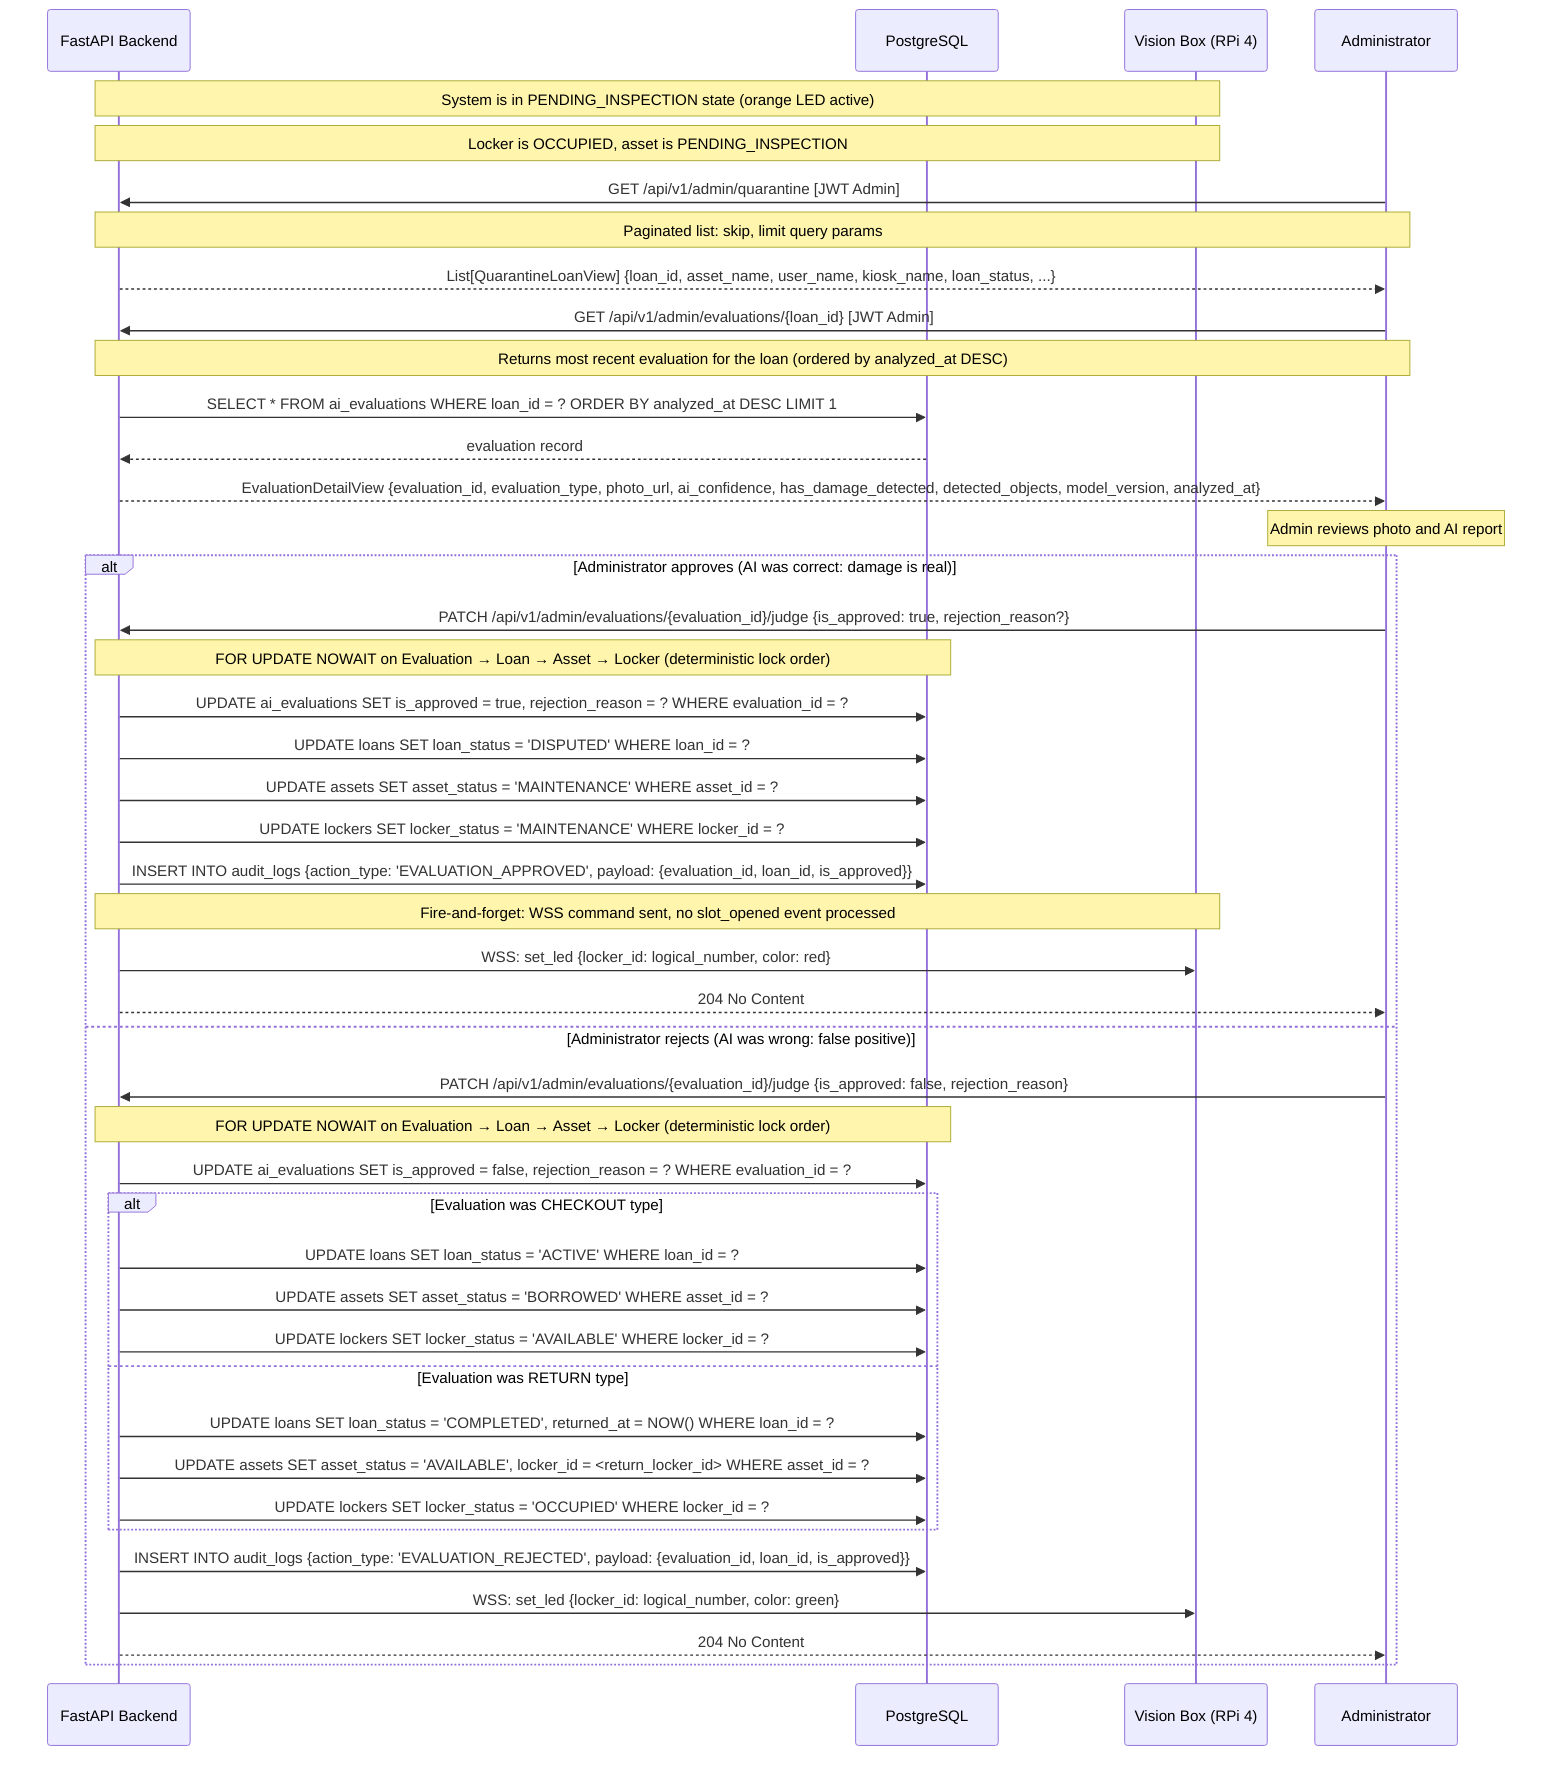
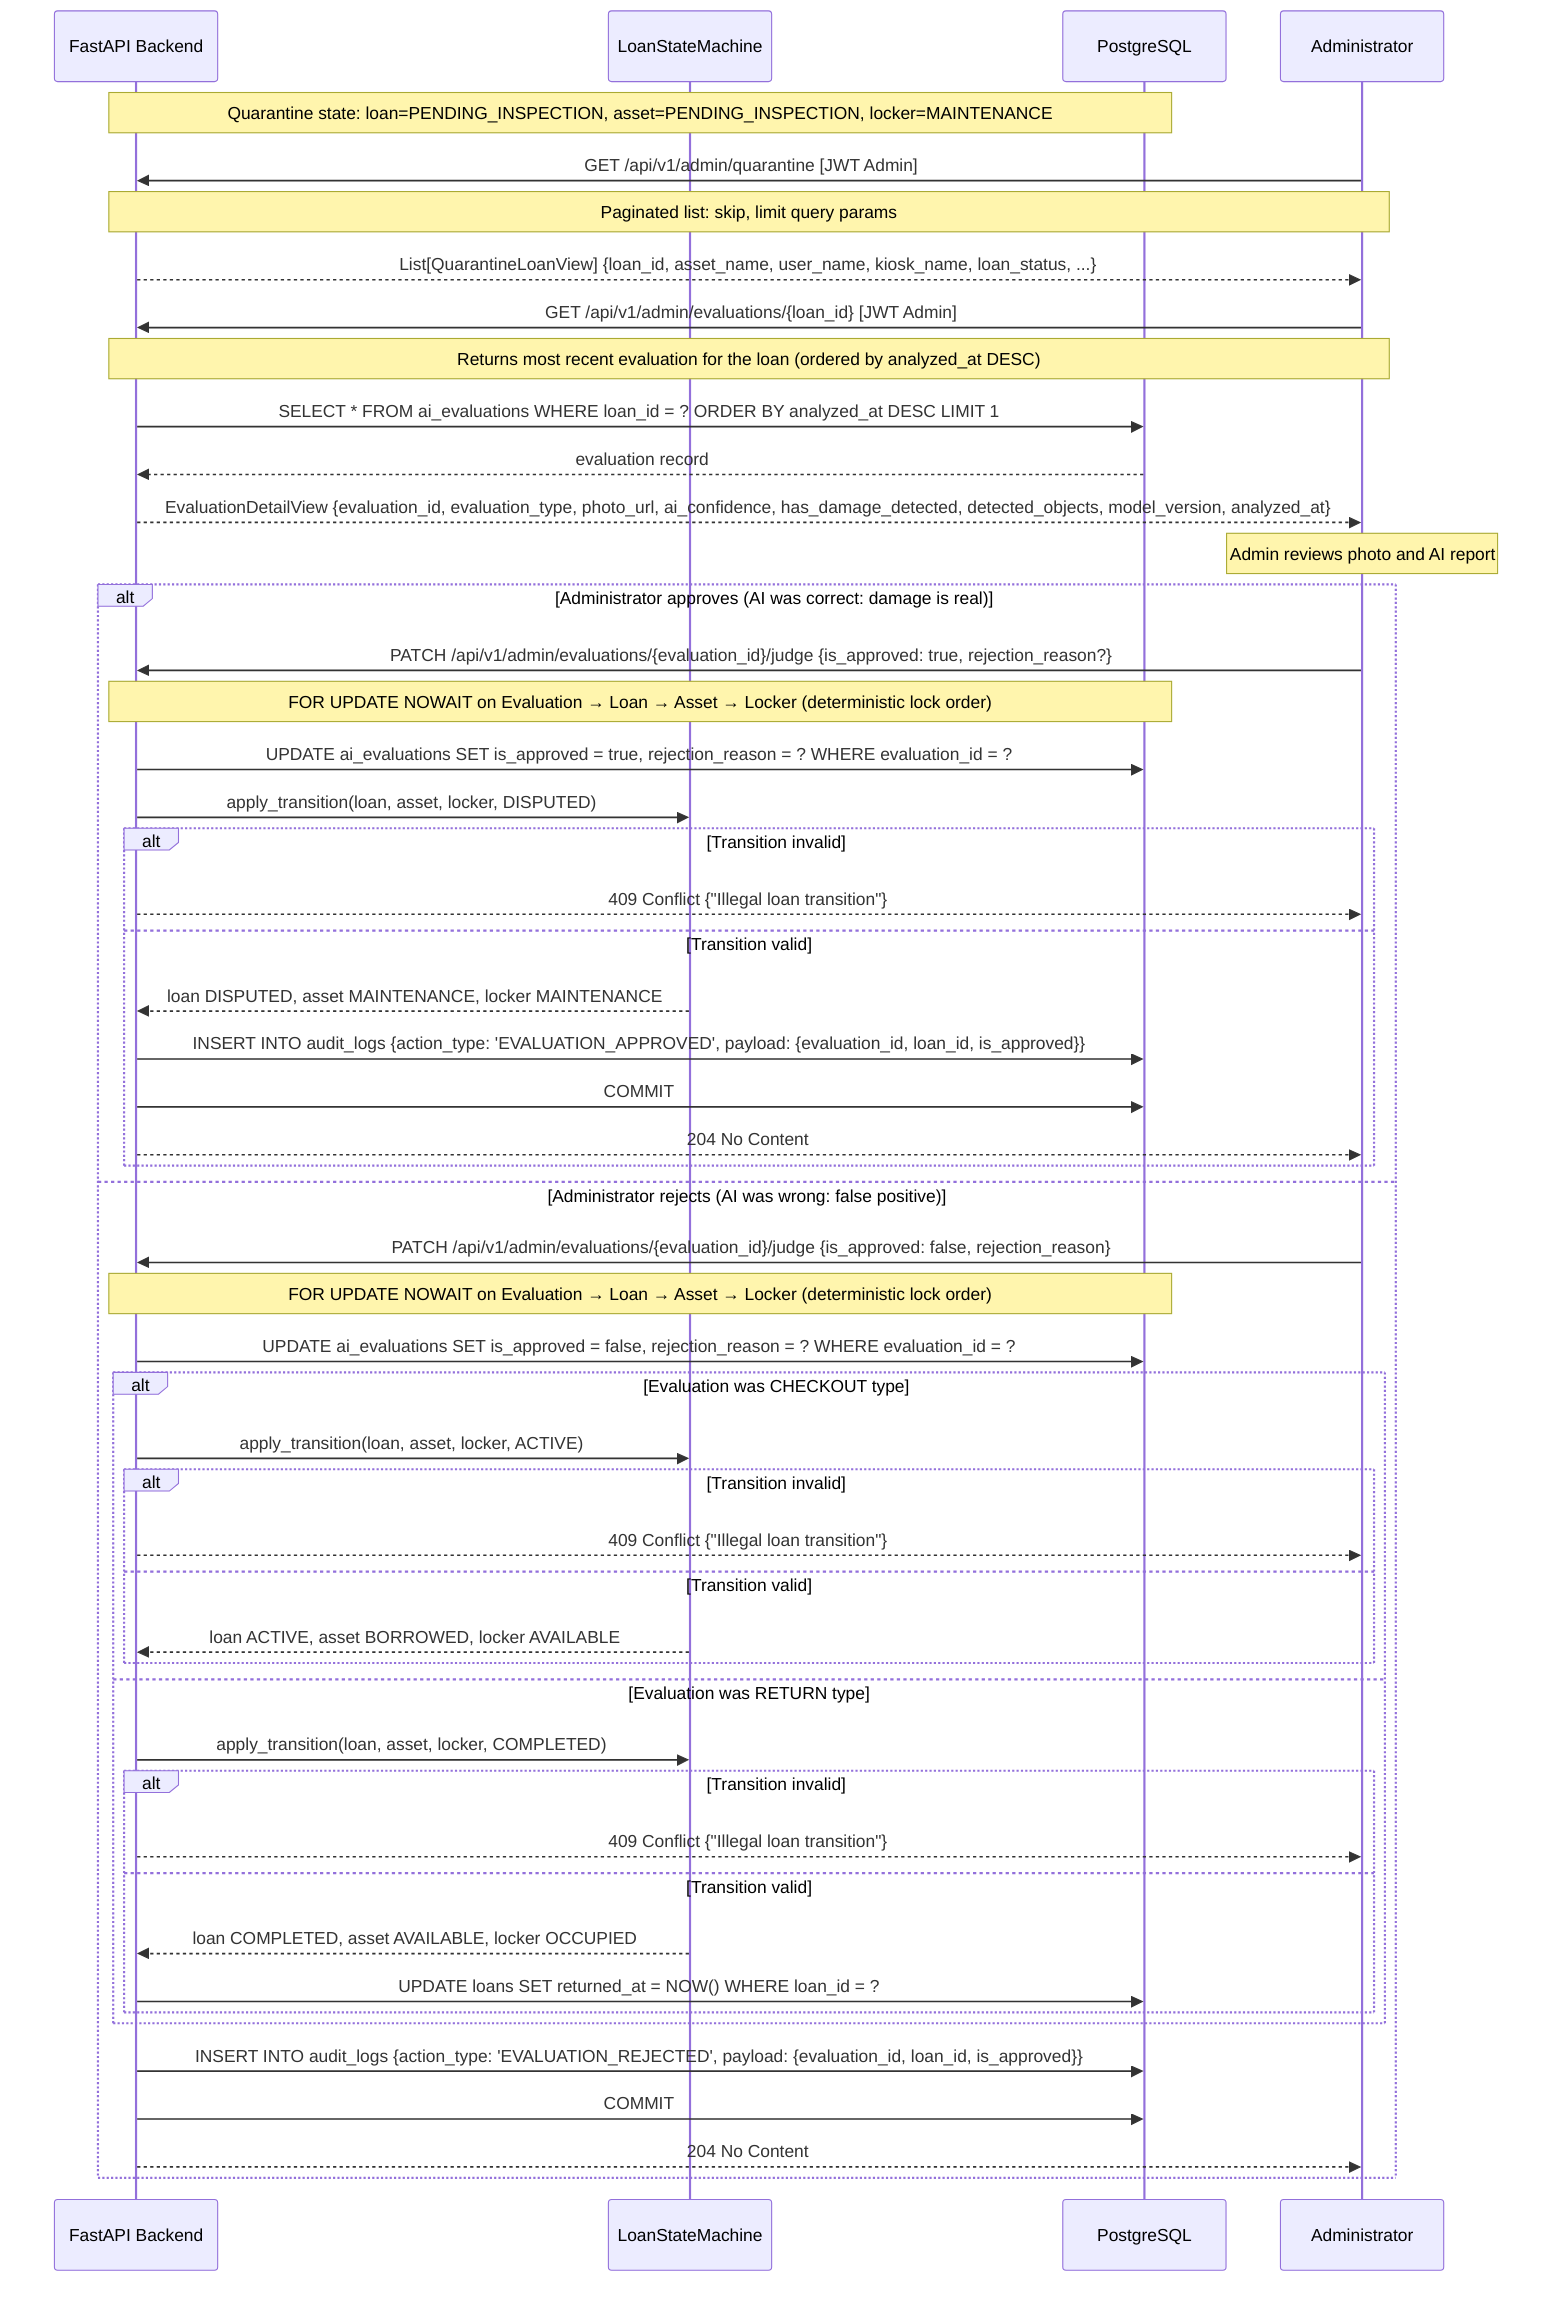
sequenceDiagram
    participant API as FastAPI Backend
+     participant LoanStateMachine
    participant DB as PostgreSQL
-     participant VB as Vision Box (RPi 4)
    participant Admin as Administrator

-     Note over API,VB: System is in PENDING_INSPECTION state (orange LED active)
-     Note over API,VB: Locker is OCCUPIED, asset is PENDING_INSPECTION
+     Note over API,DB: Quarantine state: loan=PENDING_INSPECTION, asset=PENDING_INSPECTION, locker=MAINTENANCE

    Admin->>API: GET /api/v1/admin/quarantine [JWT Admin]
    Note over Admin,API: Paginated list: skip, limit query params
    API-->>Admin: List[QuarantineLoanView] {loan_id, asset_name, user_name, kiosk_name, loan_status, ...}

    Admin->>API: GET /api/v1/admin/evaluations/{loan_id} [JWT Admin]
    Note over Admin,API: Returns most recent evaluation for the loan (ordered by analyzed_at DESC)
    API->>DB: SELECT * FROM ai_evaluations WHERE loan_id = ? ORDER BY analyzed_at DESC LIMIT 1
    DB-->>API: evaluation record
    API-->>Admin: EvaluationDetailView {evaluation_id, evaluation_type, photo_url, ai_confidence, has_damage_detected, detected_objects, model_version, analyzed_at}

    Note over Admin: Admin reviews photo and AI report

    alt Administrator approves (AI was correct: damage is real)
        Admin->>API: PATCH /api/v1/admin/evaluations/{evaluation_id}/judge {is_approved: true, rejection_reason?}
        Note over API,DB: FOR UPDATE NOWAIT on Evaluation → Loan → Asset → Locker (deterministic lock order)
        API->>DB: UPDATE ai_evaluations SET is_approved = true, rejection_reason = ? WHERE evaluation_id = ?
-         API->>DB: UPDATE loans SET loan_status = 'DISPUTED' WHERE loan_id = ?
-         API->>DB: UPDATE assets SET asset_status = 'MAINTENANCE' WHERE asset_id = ?
-         API->>DB: UPDATE lockers SET locker_status = 'MAINTENANCE' WHERE locker_id = ?
-         API->>DB: INSERT INTO audit_logs {action_type: 'EVALUATION_APPROVED', payload: {evaluation_id, loan_id, is_approved}}
-         Note over API,VB: Fire-and-forget: WSS command sent, no slot_opened event processed
-         API->>VB: WSS: set_led {locker_id: logical_number, color: red}
-         API-->>Admin: 204 No Content
+         API->>LoanStateMachine: apply_transition(loan, asset, locker, DISPUTED)
+         alt Transition invalid
+             API-->>Admin: 409 Conflict {"Illegal loan transition"}
+         else Transition valid
+             LoanStateMachine-->>API: loan DISPUTED, asset MAINTENANCE, locker MAINTENANCE
+             API->>DB: INSERT INTO audit_logs {action_type: 'EVALUATION_APPROVED', payload: {evaluation_id, loan_id, is_approved}}
+             API->>DB: COMMIT
+             API-->>Admin: 204 No Content
+         end
    else Administrator rejects (AI was wrong: false positive)
        Admin->>API: PATCH /api/v1/admin/evaluations/{evaluation_id}/judge {is_approved: false, rejection_reason}
        Note over API,DB: FOR UPDATE NOWAIT on Evaluation → Loan → Asset → Locker (deterministic lock order)
        API->>DB: UPDATE ai_evaluations SET is_approved = false, rejection_reason = ? WHERE evaluation_id = ?

        alt Evaluation was CHECKOUT type
-             API->>DB: UPDATE loans SET loan_status = 'ACTIVE' WHERE loan_id = ?
-             API->>DB: UPDATE assets SET asset_status = 'BORROWED' WHERE asset_id = ?
-             API->>DB: UPDATE lockers SET locker_status = 'AVAILABLE' WHERE locker_id = ?
+             API->>LoanStateMachine: apply_transition(loan, asset, locker, ACTIVE)
+             alt Transition invalid
+                 API-->>Admin: 409 Conflict {"Illegal loan transition"}
+             else Transition valid
+                 LoanStateMachine-->>API: loan ACTIVE, asset BORROWED, locker AVAILABLE
+             end
        else Evaluation was RETURN type
-             API->>DB: UPDATE loans SET loan_status = 'COMPLETED', returned_at = NOW() WHERE loan_id = ?
-             API->>DB: UPDATE assets SET asset_status = 'AVAILABLE', locker_id = <return_locker_id> WHERE asset_id = ?
-             API->>DB: UPDATE lockers SET locker_status = 'OCCUPIED' WHERE locker_id = ?
+             API->>LoanStateMachine: apply_transition(loan, asset, locker, COMPLETED)
+             alt Transition invalid
+                 API-->>Admin: 409 Conflict {"Illegal loan transition"}
+             else Transition valid
+                 LoanStateMachine-->>API: loan COMPLETED, asset AVAILABLE, locker OCCUPIED
+                 API->>DB: UPDATE loans SET returned_at = NOW() WHERE loan_id = ?
+             end
        end

        API->>DB: INSERT INTO audit_logs {action_type: 'EVALUATION_REJECTED', payload: {evaluation_id, loan_id, is_approved}}
-         API->>VB: WSS: set_led {locker_id: logical_number, color: green}
+         API->>DB: COMMIT
        API-->>Admin: 204 No Content
    end
